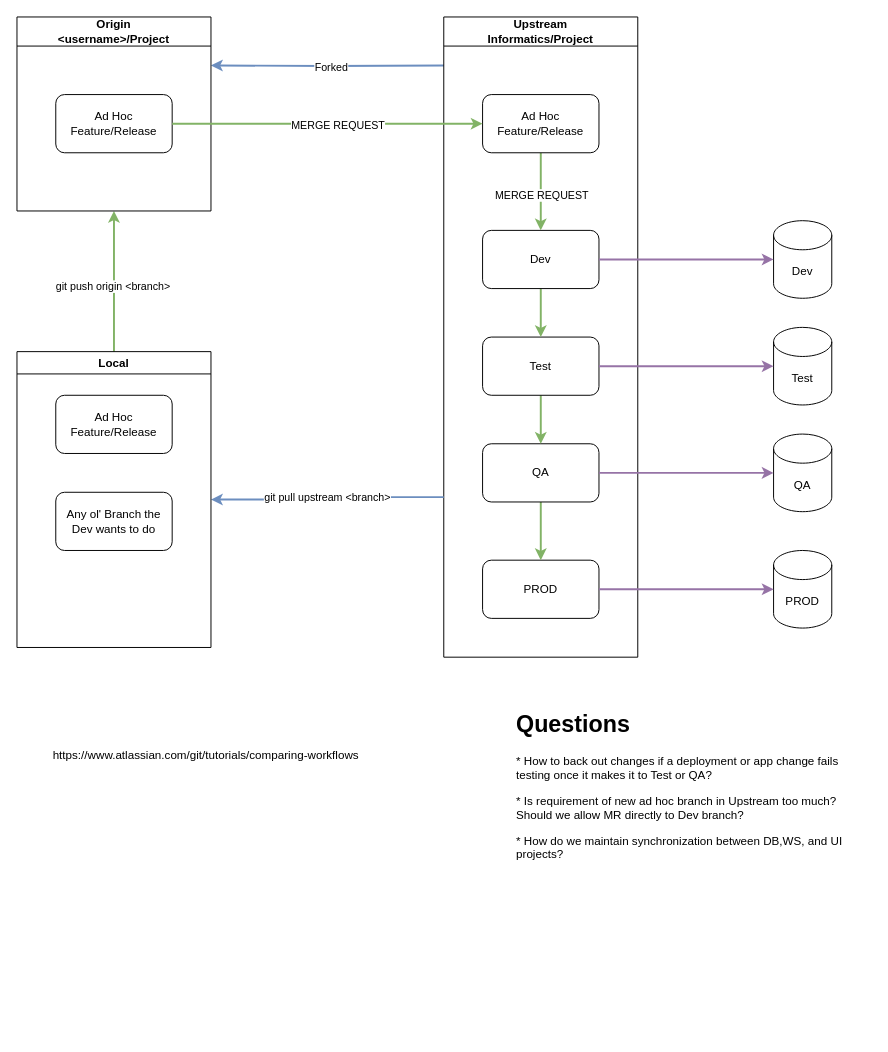
Before: page "Page-2" (2 of 2) of Better DevOps.drawio in ntimkovich/UAB-II-Diagrams, a draw.io diagram. Source tidied: cells renumbered, new cells numbered last; positions are measured from the earlier drawing's top-left corner, leaving out a move shared by most shapes. Both pictures are drawn from the tidied source at 97%, with x=0, y=0 at pixel (16, 16).
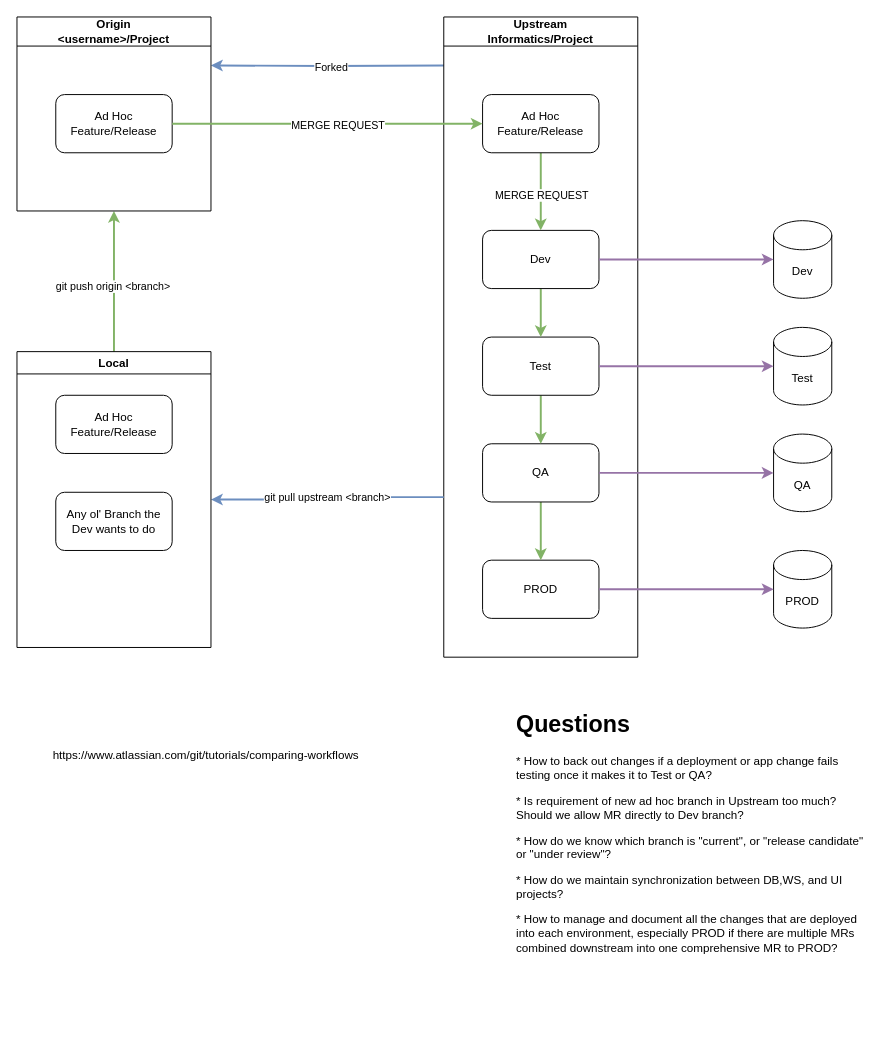
After the change.

What changed in the source:
```diff
@@
-    <mxCell id="34" value="&lt;h1&gt;Questions&lt;/h1&gt;&lt;p&gt;* How to back out changes if a deployment or app change fails testing once it makes it to Test or QA?&lt;/p&gt;&lt;p&gt;* Is requirement of new ad hoc branch in Upstream too much?&amp;nbsp; Should we allow MR directly to Dev branch?&lt;/p&gt;&lt;p&gt;* How do we maintain synchronization between DB,WS, and UI projects?&lt;/p&gt;" style="text;html=1;strokeColor=none;fillColor=none;spacing=5;spacingTop=-20;whiteSpace=wrap;overflow=hidden;rounded=0;" parent="1" vertex="1">
-      <mxGeometry x="510" y="710" width="370" height="170" as="geometry" />
+    <mxCell id="34" value="&lt;h1&gt;Questions&lt;/h1&gt;&lt;p&gt;* How to back out changes if a deployment or app change fails testing once it makes it to Test or QA?&lt;/p&gt;&lt;p&gt;* Is requirement of new ad hoc branch in Upstream too much?&amp;nbsp; Should we allow MR directly to Dev branch?&lt;/p&gt;&lt;p&gt;* How do we know which branch is &quot;current&quot;, or &quot;release candidate&quot; or &quot;under review&quot;?&lt;/p&gt;&lt;p&gt;* How do we maintain synchronization between DB,WS, and UI projects?&lt;/p&gt;&lt;p&gt;* How to manage and document all the changes that are deployed into each environment, especially PROD if there are multiple MRs combined downstream into one comprehensive MR to PROD?&lt;/p&gt;" style="text;html=1;strokeColor=none;fillColor=none;spacing=5;spacingTop=-20;whiteSpace=wrap;overflow=hidden;rounded=0;" parent="1" vertex="1">
+      <mxGeometry x="510" y="710" width="370" height="340" as="geometry" />
     </mxCell>
```
